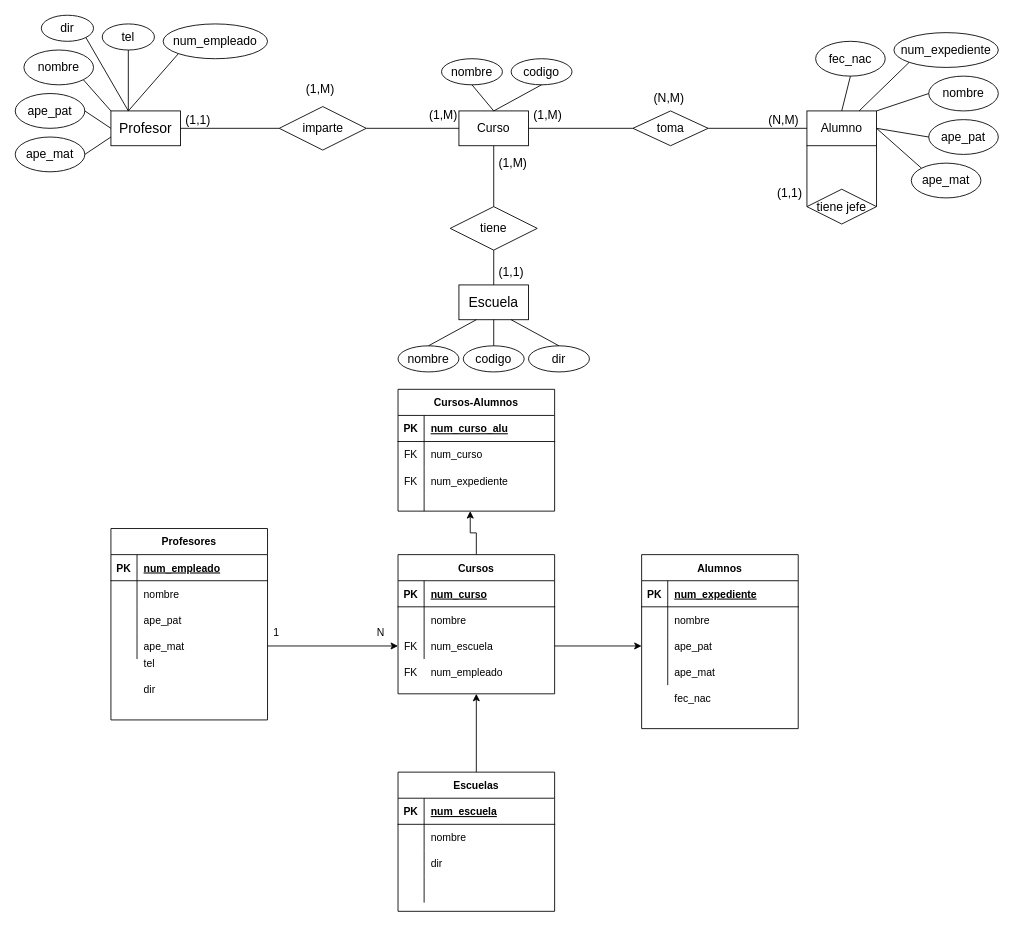
Above: Reto1.drawio in Mabeth3105/Diagramas (draw.io), before the change. Source tidied: cells renumbered, new cells numbered last; positions are measured from the earlier drawing's top-left corner, leaving out a move shared by most shapes. Both pictures are drawn from the tidied source at 87%, with x=0, y=0 at pixel (15, 15).
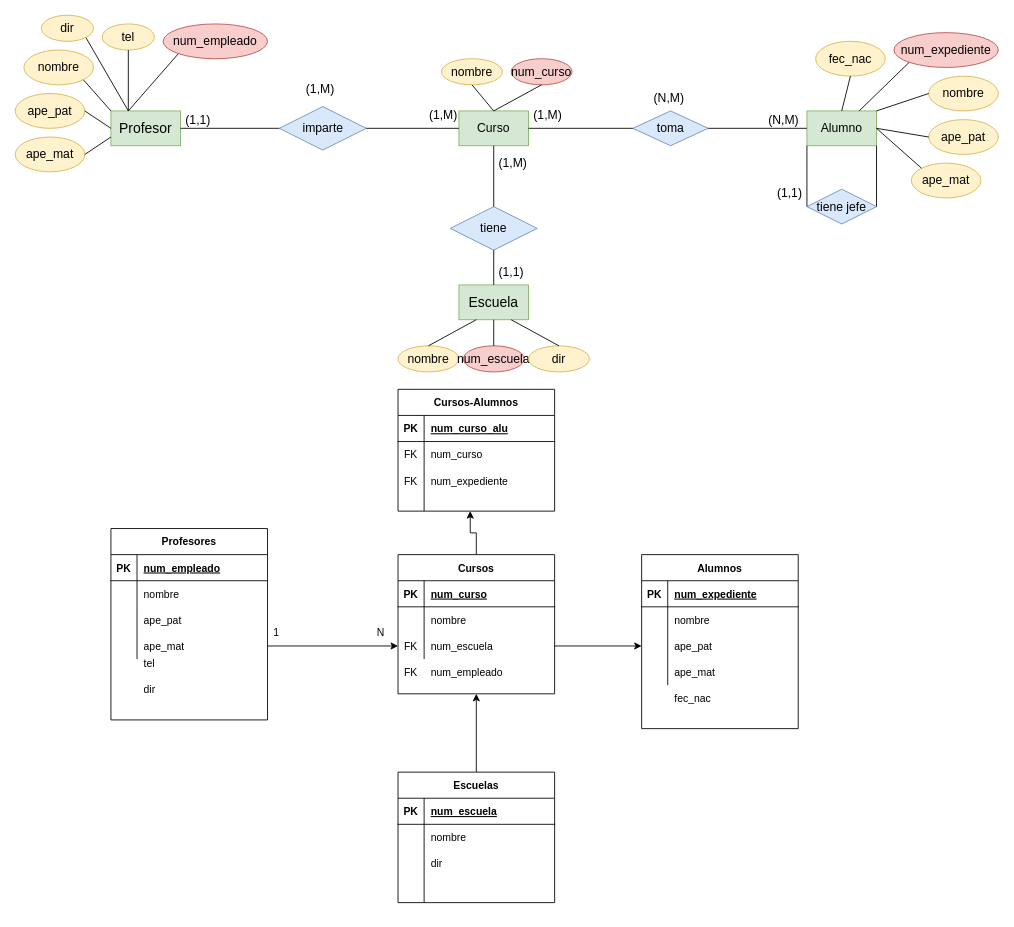
After the change.

What changed in the source:
```diff
@@
-    <mxCell id="2" value="Profesor" style="rounded=0;whiteSpace=wrap;html=1;fontSize=16;" parent="1" vertex="1">
+    <mxCell id="2" value="Profesor" style="rounded=0;whiteSpace=wrap;html=1;fontSize=16;fillColor=#d5e8d4;strokeColor=#82b366;" parent="1" vertex="1">
       <mxGeometry x="110" y="110" width="80" height="40" as="geometry" />
     </mxCell>
-    <mxCell id="3" value="num_empleado" style="ellipse;whiteSpace=wrap;html=1;align=center;fontSize=14;" parent="1" vertex="1">
+    <mxCell id="3" value="num_empleado" style="ellipse;whiteSpace=wrap;html=1;align=center;fontSize=14;fillColor=#f8cecc;strokeColor=#b85450;" parent="1" vertex="1">
       <mxGeometry x="170" y="10" width="120" height="40" as="geometry" />
     </mxCell>
-    <mxCell id="4" value="nombre" style="ellipse;whiteSpace=wrap;html=1;align=center;fontSize=14;" parent="1" vertex="1">
+    <mxCell id="4" value="nombre" style="ellipse;whiteSpace=wrap;html=1;align=center;fontSize=14;fillColor=#fff2cc;strokeColor=#d6b656;" parent="1" vertex="1">
       <mxGeometry x="10" y="40" width="80" height="40" as="geometry" />
     </mxCell>
-    <mxCell id="5" value="ape_pat" style="ellipse;whiteSpace=wrap;html=1;align=center;fontSize=14;" parent="1" vertex="1">
+    <mxCell id="5" value="ape_pat" style="ellipse;whiteSpace=wrap;html=1;align=center;fontSize=14;fillColor=#fff2cc;strokeColor=#d6b656;" parent="1" vertex="1">
       <mxGeometry y="90" width="80" height="40" as="geometry" />
     </mxCell>
-    <mxCell id="6" value="ape_mat" style="ellipse;whiteSpace=wrap;html=1;align=center;fontSize=14;" parent="1" vertex="1">
+    <mxCell id="6" value="ape_mat" style="ellipse;whiteSpace=wrap;html=1;align=center;fontSize=14;fillColor=#fff2cc;strokeColor=#d6b656;" parent="1" vertex="1">
       <mxGeometry y="140" width="80" height="40" as="geometry" />
     </mxCell>
-    <mxCell id="7" value="dir" style="ellipse;whiteSpace=wrap;html=1;align=center;fontSize=14;" parent="1" vertex="1">
+    <mxCell id="7" value="dir" style="ellipse;whiteSpace=wrap;html=1;align=center;fontSize=14;fillColor=#fff2cc;strokeColor=#d6b656;" parent="1" vertex="1">
       <mxGeometry x="30" width="60" height="30" as="geometry" />
     </mxCell>
-    <mxCell id="8" value="tel" style="ellipse;whiteSpace=wrap;html=1;align=center;fontSize=14;" parent="1" vertex="1">
+    <mxCell id="8" value="tel" style="ellipse;whiteSpace=wrap;html=1;align=center;fontSize=14;fillColor=#fff2cc;strokeColor=#d6b656;" parent="1" vertex="1">
       <mxGeometry x="100" y="10" width="60" height="30" as="geometry" />
     </mxCell>
@@
-    <mxCell id="15" value="Curso" style="whiteSpace=wrap;html=1;align=center;fontSize=14;" parent="1" vertex="1">
+    <mxCell id="15" value="Curso" style="whiteSpace=wrap;html=1;align=center;fontSize=14;fillColor=#d5e8d4;strokeColor=#82b366;" parent="1" vertex="1">
       <mxGeometry x="510" y="110" width="80" height="40" as="geometry" />
     </mxCell>
-    <mxCell id="16" value="nombre" style="ellipse;whiteSpace=wrap;html=1;align=center;fontSize=14;" parent="1" vertex="1">
+    <mxCell id="16" value="nombre" style="ellipse;whiteSpace=wrap;html=1;align=center;fontSize=14;fillColor=#fff2cc;strokeColor=#d6b656;" parent="1" vertex="1">
       <mxGeometry x="490" y="50" width="70" height="30" as="geometry" />
     </mxCell>
-    <mxCell id="17" value="codigo" style="ellipse;whiteSpace=wrap;html=1;align=center;fontSize=14;" parent="1" vertex="1">
+    <mxCell id="17" value="num_curso" style="ellipse;whiteSpace=wrap;html=1;align=center;fontSize=14;fillColor=#f8cecc;strokeColor=#b85450;" parent="1" vertex="1">
       <mxGeometry x="570" y="50" width="70" height="30" as="geometry" />
     </mxCell>
@@
-    <mxCell id="20" value="Alumno" style="whiteSpace=wrap;html=1;align=center;fontSize=14;" parent="1" vertex="1">
+    <mxCell id="20" value="Alumno" style="whiteSpace=wrap;html=1;align=center;fontSize=14;fillColor=#d5e8d4;strokeColor=#82b366;" parent="1" vertex="1">
       <mxGeometry x="910" y="110" width="80" height="40" as="geometry" />
     </mxCell>
-    <mxCell id="21" value="num_expediente" style="ellipse;whiteSpace=wrap;html=1;align=center;fontSize=14;" parent="1" vertex="1">
+    <mxCell id="21" value="num_expediente" style="ellipse;whiteSpace=wrap;html=1;align=center;fontSize=14;fillColor=#f8cecc;strokeColor=#b85450;" parent="1" vertex="1">
       <mxGeometry x="1010" y="20" width="120" height="40" as="geometry" />
     </mxCell>
-    <mxCell id="22" value="nombre" style="ellipse;whiteSpace=wrap;html=1;align=center;fontSize=14;" parent="1" vertex="1">
+    <mxCell id="22" value="nombre" style="ellipse;whiteSpace=wrap;html=1;align=center;fontSize=14;fillColor=#fff2cc;strokeColor=#d6b656;" parent="1" vertex="1">
       <mxGeometry x="1050" y="70" width="80" height="40" as="geometry" />
     </mxCell>
-    <mxCell id="23" value="ape_pat" style="ellipse;whiteSpace=wrap;html=1;align=center;fontSize=14;" parent="1" vertex="1">
+    <mxCell id="23" value="ape_pat" style="ellipse;whiteSpace=wrap;html=1;align=center;fontSize=14;fillColor=#fff2cc;strokeColor=#d6b656;" parent="1" vertex="1">
       <mxGeometry x="1050" y="120" width="80" height="40" as="geometry" />
     </mxCell>
-    <mxCell id="24" value="ape_mat" style="ellipse;whiteSpace=wrap;html=1;align=center;fontSize=14;" parent="1" vertex="1">
+    <mxCell id="24" value="ape_mat" style="ellipse;whiteSpace=wrap;html=1;align=center;fontSize=14;fillColor=#fff2cc;strokeColor=#d6b656;" parent="1" vertex="1">
       <mxGeometry x="1030" y="170" width="80" height="40" as="geometry" />
     </mxCell>
-    <mxCell id="25" value="fec_nac" style="ellipse;whiteSpace=wrap;html=1;align=center;fontSize=14;" parent="1" vertex="1">
+    <mxCell id="25" value="fec_nac" style="ellipse;whiteSpace=wrap;html=1;align=center;fontSize=14;fillColor=#fff2cc;strokeColor=#d6b656;" parent="1" vertex="1">
       <mxGeometry x="920" y="30" width="80" height="40" as="geometry" />
     </mxCell>
@@
-    <mxCell id="31" value="imparte" style="shape=rhombus;perimeter=rhombusPerimeter;whiteSpace=wrap;html=1;align=center;fontSize=14;" parent="1" vertex="1">
+    <mxCell id="31" value="imparte" style="shape=rhombus;perimeter=rhombusPerimeter;whiteSpace=wrap;html=1;align=center;fontSize=14;fillColor=#dae8fc;strokeColor=#6c8ebf;" parent="1" vertex="1">
       <mxGeometry x="303.5" y="105" width="100" height="50" as="geometry" />
     </mxCell>
@@
-    <mxCell id="34" value="tiene jefe" style="shape=rhombus;perimeter=rhombusPerimeter;whiteSpace=wrap;html=1;align=center;fontSize=14;" parent="1" vertex="1">
+    <mxCell id="34" value="tiene jefe" style="shape=rhombus;perimeter=rhombusPerimeter;whiteSpace=wrap;html=1;align=center;fontSize=14;fillColor=#dae8fc;strokeColor=#6c8ebf;" parent="1" vertex="1">
       <mxGeometry x="910" y="200" width="80" height="40" as="geometry" />
     </mxCell>
@@
-    <mxCell id="37" value="toma" style="shape=rhombus;perimeter=rhombusPerimeter;whiteSpace=wrap;html=1;align=center;fontSize=14;" parent="1" vertex="1">
+    <mxCell id="37" value="toma" style="shape=rhombus;perimeter=rhombusPerimeter;whiteSpace=wrap;html=1;align=center;fontSize=14;fillColor=#dae8fc;strokeColor=#6c8ebf;" parent="1" vertex="1">
       <mxGeometry x="710" y="110" width="86.5" height="40" as="geometry" />
     </mxCell>
@@
-    <mxCell id="45" value="Escuela" style="rounded=0;whiteSpace=wrap;html=1;fontSize=16;" parent="1" vertex="1">
+    <mxCell id="45" value="Escuela" style="rounded=0;whiteSpace=wrap;html=1;fontSize=16;fillColor=#d5e8d4;strokeColor=#82b366;" parent="1" vertex="1">
       <mxGeometry x="510" y="310" width="80" height="40" as="geometry" />
     </mxCell>
-    <mxCell id="46" value="tiene" style="shape=rhombus;perimeter=rhombusPerimeter;whiteSpace=wrap;html=1;align=center;fontSize=14;" parent="1" vertex="1">
+    <mxCell id="46" value="tiene" style="shape=rhombus;perimeter=rhombusPerimeter;whiteSpace=wrap;html=1;align=center;fontSize=14;fillColor=#dae8fc;strokeColor=#6c8ebf;" parent="1" vertex="1">
       <mxGeometry x="500" y="220" width="100" height="50" as="geometry" />
     </mxCell>
@@
-    <mxCell id="53" value="nombre" style="ellipse;whiteSpace=wrap;html=1;align=center;fontSize=14;" parent="1" vertex="1">
+    <mxCell id="53" value="nombre" style="ellipse;whiteSpace=wrap;html=1;align=center;fontSize=14;fillColor=#fff2cc;strokeColor=#d6b656;" parent="1" vertex="1">
       <mxGeometry x="440" y="380" width="70" height="30" as="geometry" />
     </mxCell>
-    <mxCell id="54" value="codigo" style="ellipse;whiteSpace=wrap;html=1;align=center;fontSize=14;" parent="1" vertex="1">
+    <mxCell id="54" value="num_escuela" style="ellipse;whiteSpace=wrap;html=1;align=center;fontSize=14;fillColor=#f8cecc;strokeColor=#b85450;" parent="1" vertex="1">
       <mxGeometry x="515" y="380" width="70" height="30" as="geometry" />
     </mxCell>
-    <mxCell id="55" value="dir" style="ellipse;whiteSpace=wrap;html=1;align=center;fontSize=14;" parent="1" vertex="1">
+    <mxCell id="55" value="dir" style="ellipse;whiteSpace=wrap;html=1;align=center;fontSize=14;fillColor=#fff2cc;strokeColor=#d6b656;" parent="1" vertex="1">
       <mxGeometry x="590" y="380" width="70" height="30" as="geometry" />
     </mxCell>
@@
     <mxCell id="123" value="Escuelas" style="shape=table;startSize=30;childLayout=tableLayout;rowLines=0;fontStyle=1;align=center;" parent="1" vertex="1">
-      <mxGeometry x="440" y="870" width="180" height="160" as="geometry" />
+      <mxGeometry x="440" y="870" width="180" height="150" as="geometry" />
     </mxCell>
```
